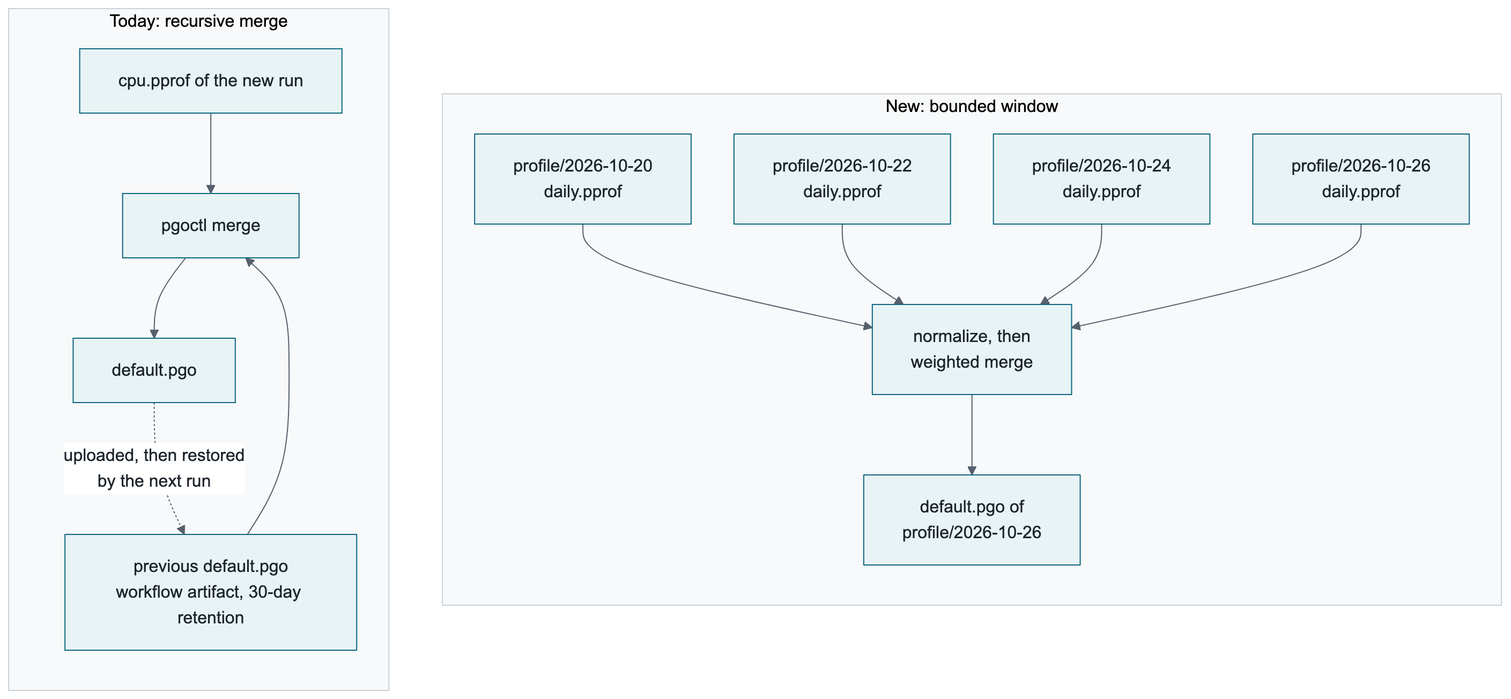
Before: issue-62/1-today-vs-new.png, a diagram exported from Mermaid (better-go-labs/pgoctl). Its source is kept beside it as issue-62/1-today-vs-new.mmd. Its diagram source:
```mermaid
flowchart LR
  subgraph Today["Today: recursive merge"]
    direction TB
    A1["cpu.pprof of the new run"] --> M1["pgoctl merge"]
    P1["previous default.pgo<br/>workflow artifact, 30-day retention"] --> M1
    M1 --> D1["default.pgo"]
    D1 -. "uploaded, then restored<br/>by the next run" .-> P1
  end
  subgraph New["New: bounded window"]
    direction TB
    R20["profile/2026-10-20<br/>daily.pprof"] --> M2["normalize, then<br/>weighted merge"]
    R22["profile/2026-10-22<br/>daily.pprof"] --> M2
    R24["profile/2026-10-24<br/>daily.pprof"] --> M2
    R26["profile/2026-10-26<br/>daily.pprof"] --> M2
    M2 --> D2["default.pgo of<br/>profile/2026-10-26"]
  end
  Today ~~~ New
```
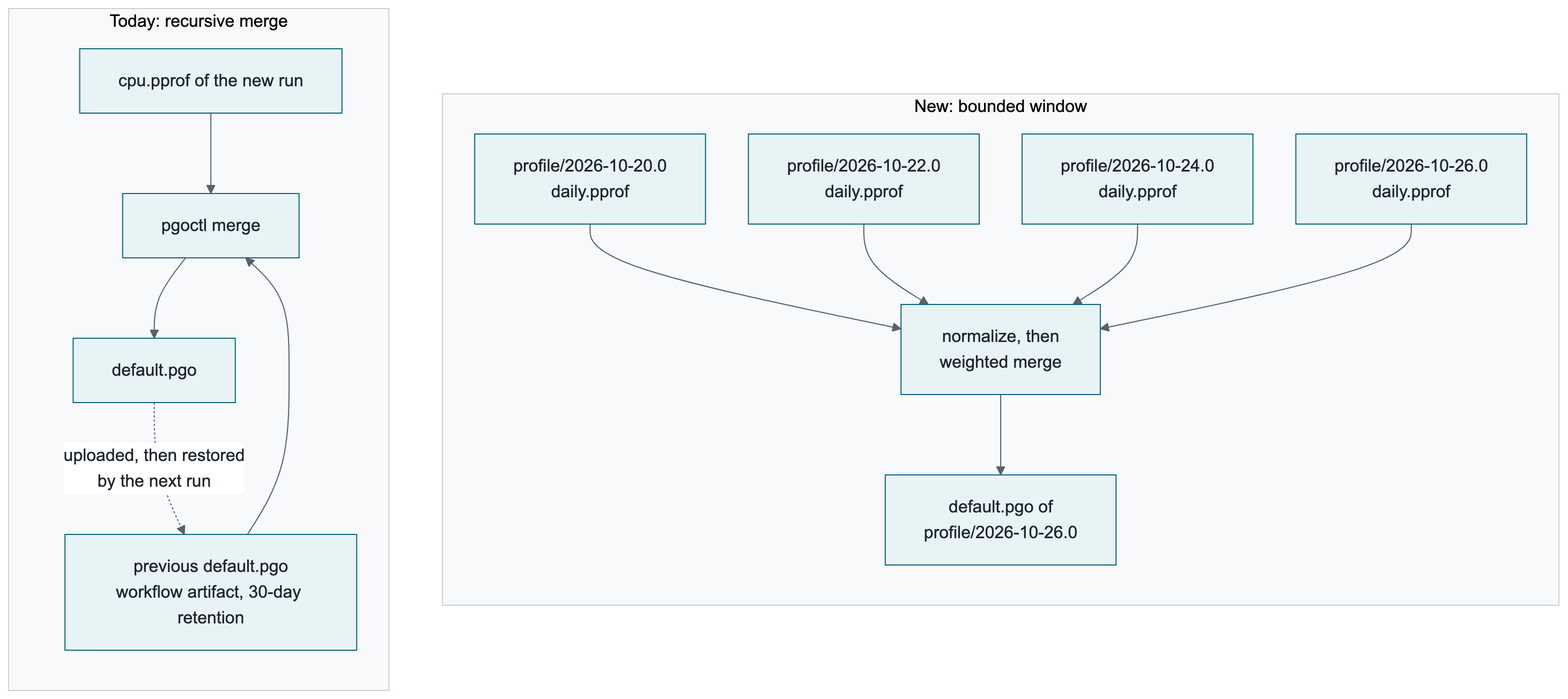
After the change.

What changed in the source:
```diff
@@ -8,10 +8,10 @@
   end
   subgraph New["New: bounded window"]
     direction TB
-    R20["profile/2026-10-20<br/>daily.pprof"] --> M2["normalize, then<br/>weighted merge"]
-    R22["profile/2026-10-22<br/>daily.pprof"] --> M2
-    R24["profile/2026-10-24<br/>daily.pprof"] --> M2
-    R26["profile/2026-10-26<br/>daily.pprof"] --> M2
-    M2 --> D2["default.pgo of<br/>profile/2026-10-26"]
+    R20["profile/2026-10-20.0<br/>daily.pprof"] --> M2["normalize, then<br/>weighted merge"]
+    R22["profile/2026-10-22.0<br/>daily.pprof"] --> M2
+    R24["profile/2026-10-24.0<br/>daily.pprof"] --> M2
+    R26["profile/2026-10-26.0<br/>daily.pprof"] --> M2
+    M2 --> D2["default.pgo of<br/>profile/2026-10-26.0"]
   end
   Today ~~~ New
```
